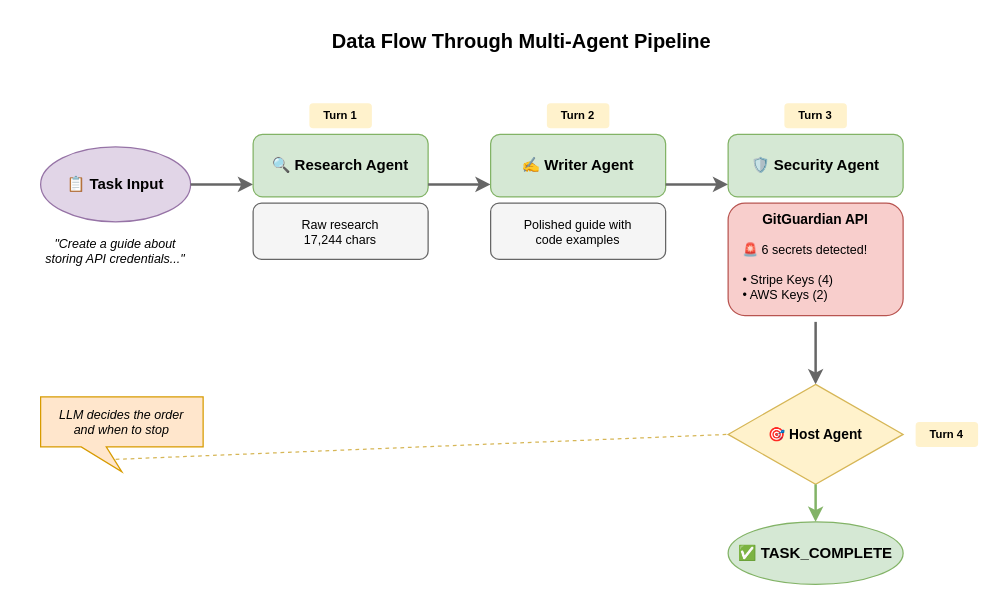
Before: diagrams/flow_diagram.drawio in reaandrew/a2a-demo, a draw.io diagram. Source tidied: cells renumbered, new cells numbered last; positions are measured from the earlier drawing's top-left corner, leaving out a move shared by most shapes. Both pictures are drawn from the tidied source at 125%, with x=0, y=0 at pixel (21, 21).
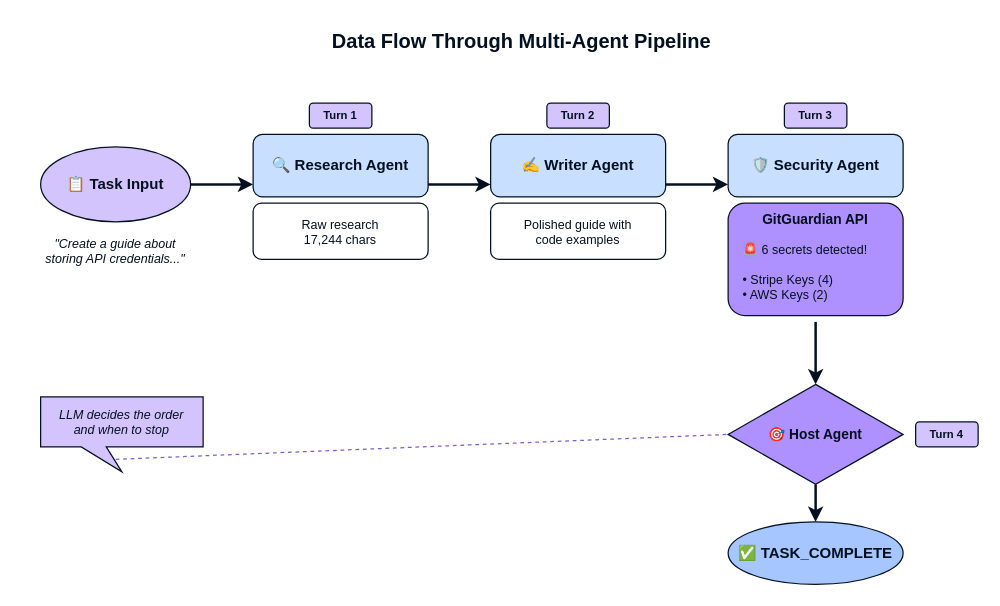
The same diagram, later.

Commit message (it also covers changes not shown here):
Update blog post with GitGuardian rationale and refresh diagrams

The edit, as a diff of the source:
```diff
@@
-    <mxCell id="2" value="Data Flow Through Multi-Agent Pipeline" style="text;html=1;strokeColor=none;fillColor=none;align=center;verticalAlign=middle;whiteSpace=wrap;rounded=0;fontStyle=1;fontSize=16;" parent="1" vertex="1">
+    <mxCell id="2" value="Data Flow Through Multi-Agent Pipeline" style="text;html=1;strokeColor=none;fillColor=none;align=center;verticalAlign=middle;whiteSpace=wrap;rounded=0;fontStyle=1;fontSize=16;fontColor=#03101F;" parent="1" vertex="1">
       <mxGeometry x="200" width="400" height="30" as="geometry" />
     </mxCell>
-    <mxCell id="3" value="📋 Task Input" style="ellipse;whiteSpace=wrap;html=1;fillColor=#e1d5e7;strokeColor=#9673a6;fontStyle=1;fontSize=12;" parent="1" vertex="1">
+    <mxCell id="3" value="📋 Task Input" style="ellipse;whiteSpace=wrap;html=1;fillColor=#D4C4FE;strokeColor=#03101F;fontStyle=1;fontSize=12;fontColor=#03101F;" parent="1" vertex="1">
       <mxGeometry x="15" y="100" width="120" height="60" as="geometry" />
     </mxCell>
-    <mxCell id="4" value="&quot;Create a guide about&#10;storing API credentials...&quot;" style="text;html=1;strokeColor=none;fillColor=none;align=center;verticalAlign=top;whiteSpace=wrap;rounded=0;fontSize=10;fontStyle=2;" parent="1" vertex="1">
+    <mxCell id="4" value="&quot;Create a guide about&#10;storing API credentials...&quot;" style="text;html=1;strokeColor=none;fillColor=none;align=center;verticalAlign=top;whiteSpace=wrap;rounded=0;fontSize=10;fontStyle=2;fontColor=#03101F;" parent="1" vertex="1">
       <mxGeometry y="165" width="150" height="40" as="geometry" />
     </mxCell>
-    <mxCell id="5" style="endArrow=classic;html=1;strokeColor=#666666;strokeWidth=2;" parent="1" edge="1">
+    <mxCell id="5" style="endArrow=classic;html=1;strokeColor=#03101F;strokeWidth=2;" parent="1" edge="1">
       <mxGeometry relative="1" as="geometry">
         <mxPoint x="135" y="130" as="sourcePoint" />
         <mxPoint x="185" y="130" as="targetPoint" />
       </mxGeometry>
     </mxCell>
-    <mxCell id="6" value="🔍 Research Agent" style="rounded=1;whiteSpace=wrap;html=1;fillColor=#d5e8d4;strokeColor=#82b366;fontStyle=1;fontSize=12;" parent="1" vertex="1">
+    <mxCell id="6" value="🔍 Research Agent" style="rounded=1;whiteSpace=wrap;html=1;fillColor=#C8DFFF;strokeColor=#03101F;fontStyle=1;fontSize=12;fontColor=#03101F;" parent="1" vertex="1">
       <mxGeometry x="185" y="90" width="140" height="50" as="geometry" />
     </mxCell>
-    <mxCell id="7" style="rounded=1;whiteSpace=wrap;html=1;fillColor=#f5f5f5;strokeColor=#666666;fontSize=10;" parent="1" vertex="1">
+    <mxCell id="7" style="rounded=1;whiteSpace=wrap;html=1;fillColor=#FFFFFF;strokeColor=#03101F;fontSize=10;" parent="1" vertex="1">
       <mxGeometry x="185" y="145" width="140" height="45" as="geometry" />
     </mxCell>
-    <mxCell id="8" value="Raw research&#10;17,244 chars" style="text;html=1;strokeColor=none;fillColor=none;align=center;verticalAlign=middle;whiteSpace=wrap;rounded=0;fontSize=10;" parent="1" vertex="1">
+    <mxCell id="8" value="Raw research&#10;17,244 chars" style="text;html=1;strokeColor=none;fillColor=none;align=center;verticalAlign=middle;whiteSpace=wrap;rounded=0;fontSize=10;fontColor=#03101F;" parent="1" vertex="1">
       <mxGeometry x="195" y="150" width="120" height="35" as="geometry" />
     </mxCell>
-    <mxCell id="9" style="endArrow=classic;html=1;strokeColor=#666666;strokeWidth=2;" parent="1" edge="1">
+    <mxCell id="9" style="endArrow=classic;html=1;strokeColor=#03101F;strokeWidth=2;" parent="1" edge="1">
       <mxGeometry relative="1" as="geometry">
         <mxPoint x="325" y="130" as="sourcePoint" />
         <mxPoint x="375" y="130" as="targetPoint" />
       </mxGeometry>
     </mxCell>
-    <mxCell id="10" value="✍️ Writer Agent" style="rounded=1;whiteSpace=wrap;html=1;fillColor=#d5e8d4;strokeColor=#82b366;fontStyle=1;fontSize=12;" parent="1" vertex="1">
+    <mxCell id="10" value="✍️ Writer Agent" style="rounded=1;whiteSpace=wrap;html=1;fillColor=#C8DFFF;strokeColor=#03101F;fontStyle=1;fontSize=12;fontColor=#03101F;" parent="1" vertex="1">
       <mxGeometry x="375" y="90" width="140" height="50" as="geometry" />
     </mxCell>
-    <mxCell id="11" style="rounded=1;whiteSpace=wrap;html=1;fillColor=#f5f5f5;strokeColor=#666666;fontSize=10;" parent="1" vertex="1">
+    <mxCell id="11" style="rounded=1;whiteSpace=wrap;html=1;fillColor=#FFFFFF;strokeColor=#03101F;fontSize=10;" parent="1" vertex="1">
       <mxGeometry x="375" y="145" width="140" height="45" as="geometry" />
     </mxCell>
-    <mxCell id="12" value="Polished guide with&#10;code examples" style="text;html=1;strokeColor=none;fillColor=none;align=center;verticalAlign=middle;whiteSpace=wrap;rounded=0;fontSize=10;" parent="1" vertex="1">
+    <mxCell id="12" value="Polished guide with&#10;code examples" style="text;html=1;strokeColor=none;fillColor=none;align=center;verticalAlign=middle;whiteSpace=wrap;rounded=0;fontSize=10;fontColor=#03101F;" parent="1" vertex="1">
       <mxGeometry x="385" y="150" width="120" height="35" as="geometry" />
     </mxCell>
-    <mxCell id="13" style="endArrow=classic;html=1;strokeColor=#666666;strokeWidth=2;" parent="1" edge="1">
+    <mxCell id="13" style="endArrow=classic;html=1;strokeColor=#03101F;strokeWidth=2;" parent="1" edge="1">
       <mxGeometry relative="1" as="geometry">
         <mxPoint x="515" y="130" as="sourcePoint" />
         <mxPoint x="565" y="130" as="targetPoint" />
       </mxGeometry>
     </mxCell>
-    <mxCell id="14" value="🛡️ Security Agent" style="rounded=1;whiteSpace=wrap;html=1;fillColor=#d5e8d4;strokeColor=#82b366;fontStyle=1;fontSize=12;" parent="1" vertex="1">
+    <mxCell id="14" value="🛡️ Security Agent" style="rounded=1;whiteSpace=wrap;html=1;fillColor=#C8DFFF;strokeColor=#03101F;fontStyle=1;fontSize=12;fontColor=#03101F;" parent="1" vertex="1">
       <mxGeometry x="565" y="90" width="140" height="50" as="geometry" />
     </mxCell>
-    <mxCell id="15" style="rounded=1;whiteSpace=wrap;html=1;fillColor=#f8cecc;strokeColor=#b85450;" parent="1" vertex="1">
+    <mxCell id="15" style="rounded=1;whiteSpace=wrap;html=1;fillColor=#AE91FE;strokeColor=#03101F;" parent="1" vertex="1">
       <mxGeometry x="565" y="145" width="140" height="90" as="geometry" />
     </mxCell>
-    <mxCell id="16" value="GitGuardian API" style="text;html=1;strokeColor=none;fillColor=none;align=center;verticalAlign=middle;whiteSpace=wrap;rounded=0;fontSize=11;fontStyle=1;" parent="1" vertex="1">
+    <mxCell id="16" value="GitGuardian API" style="text;html=1;strokeColor=none;fillColor=none;align=center;verticalAlign=middle;whiteSpace=wrap;rounded=0;fontSize=11;fontStyle=1;fontColor=#03101F;" parent="1" vertex="1">
       <mxGeometry x="585" y="148" width="100" height="20" as="geometry" />
     </mxCell>
-    <mxCell id="17" value="🚨 6 secrets detected!&#10;&#10;• Stripe Keys (4)&#10;• AWS Keys (2)" style="text;html=1;strokeColor=none;fillColor=none;align=left;verticalAlign=top;whiteSpace=wrap;rounded=0;fontSize=10;" parent="1" vertex="1">
+    <mxCell id="17" value="🚨 6 secrets detected!&#10;&#10;• Stripe Keys (4)&#10;• AWS Keys (2)" style="text;html=1;strokeColor=none;fillColor=none;align=left;verticalAlign=top;whiteSpace=wrap;rounded=0;fontSize=10;fontColor=#03101F;" parent="1" vertex="1">
       <mxGeometry x="575" y="170" width="120" height="60" as="geometry" />
     </mxCell>
-    <mxCell id="18" style="endArrow=classic;html=1;strokeColor=#666666;strokeWidth=2;" parent="1" edge="1">
+    <mxCell id="18" style="endArrow=classic;html=1;strokeColor=#03101F;strokeWidth=2;" parent="1" edge="1">
       <mxGeometry relative="1" as="geometry">
         <mxPoint x="635" y="240" as="sourcePoint" />
         <mxPoint x="635" y="290" as="targetPoint" />
       </mxGeometry>
     </mxCell>
-    <mxCell id="19" value="🎯 Host Agent" style="rhombus;whiteSpace=wrap;html=1;fillColor=#fff2cc;strokeColor=#d6b656;fontStyle=1;fontSize=11;" parent="1" vertex="1">
+    <mxCell id="19" value="🎯 Host Agent" style="rhombus;whiteSpace=wrap;html=1;fillColor=#AE91FE;strokeColor=#03101F;fontStyle=1;fontSize=11;fontColor=#03101F;" parent="1" vertex="1">
       <mxGeometry x="565" y="290" width="140" height="80" as="geometry" />
     </mxCell>
-    <mxCell id="20" value="✅ TASK_COMPLETE" style="ellipse;whiteSpace=wrap;html=1;fillColor=#d5e8d4;strokeColor=#82b366;fontStyle=1;fontSize=12;" parent="1" vertex="1">
+    <mxCell id="20" value="✅ TASK_COMPLETE" style="ellipse;whiteSpace=wrap;html=1;fillColor=#A6C6FF;strokeColor=#03101F;fontStyle=1;fontSize=12;fontColor=#03101F;" parent="1" vertex="1">
       <mxGeometry x="565" y="400" width="140" height="50" as="geometry" />
     </mxCell>
-    <mxCell id="21" style="endArrow=classic;html=1;strokeColor=#82b366;strokeWidth=2;" parent="1" edge="1">
+    <mxCell id="21" style="endArrow=classic;html=1;strokeColor=#03101F;strokeWidth=2;" parent="1" edge="1">
       <mxGeometry relative="1" as="geometry">
         <mxPoint x="635" y="370" as="sourcePoint" />
         <mxPoint x="635" y="400" as="targetPoint" />
       </mxGeometry>
     </mxCell>
-    <mxCell id="22" value="Turn 1" style="text;html=1;strokeColor=none;fillColor=#fff2cc;align=center;verticalAlign=middle;whiteSpace=wrap;rounded=1;fontSize=9;fontStyle=1;" parent="1" vertex="1">
+    <mxCell id="22" value="Turn 1" style="text;html=1;strokeColor=#03101F;fillColor=#D4C4FE;align=center;verticalAlign=middle;whiteSpace=wrap;rounded=1;fontSize=9;fontStyle=1;fontColor=#03101F;" parent="1" vertex="1">
       <mxGeometry x="230" y="65" width="50" height="20" as="geometry" />
     </mxCell>
-    <mxCell id="23" value="Turn 2" style="text;html=1;strokeColor=none;fillColor=#fff2cc;align=center;verticalAlign=middle;whiteSpace=wrap;rounded=1;fontSize=9;fontStyle=1;" parent="1" vertex="1">
+    <mxCell id="23" value="Turn 2" style="text;html=1;strokeColor=#03101F;fillColor=#D4C4FE;align=center;verticalAlign=middle;whiteSpace=wrap;rounded=1;fontSize=9;fontStyle=1;fontColor=#03101F;" parent="1" vertex="1">
       <mxGeometry x="420" y="65" width="50" height="20" as="geometry" />
     </mxCell>
-    <mxCell id="24" value="Turn 3" style="text;html=1;strokeColor=none;fillColor=#fff2cc;align=center;verticalAlign=middle;whiteSpace=wrap;rounded=1;fontSize=9;fontStyle=1;" parent="1" vertex="1">
+    <mxCell id="24" value="Turn 3" style="text;html=1;strokeColor=#03101F;fillColor=#D4C4FE;align=center;verticalAlign=middle;whiteSpace=wrap;rounded=1;fontSize=9;fontStyle=1;fontColor=#03101F;" parent="1" vertex="1">
       <mxGeometry x="610" y="65" width="50" height="20" as="geometry" />
     </mxCell>
-    <mxCell id="25" value="Turn 4" style="text;html=1;strokeColor=none;fillColor=#fff2cc;align=center;verticalAlign=middle;whiteSpace=wrap;rounded=1;fontSize=9;fontStyle=1;" parent="1" vertex="1">
+    <mxCell id="25" value="Turn 4" style="text;html=1;strokeColor=#03101F;fillColor=#D4C4FE;align=center;verticalAlign=middle;whiteSpace=wrap;rounded=1;fontSize=9;fontStyle=1;fontColor=#03101F;" parent="1" vertex="1">
       <mxGeometry x="715" y="320" width="50" height="20" as="geometry" />
     </mxCell>
-    <mxCell id="26" value="LLM decides the order&#10;and when to stop" style="shape=callout;whiteSpace=wrap;html=1;perimeter=calloutPerimeter;fillColor=#ffe6cc;strokeColor=#d79b00;fontSize=10;fontStyle=2;position2=0.5;size=20;position=0.25;" parent="1" vertex="1">
+    <mxCell id="26" value="LLM decides the order&#10;and when to stop" style="shape=callout;whiteSpace=wrap;html=1;perimeter=calloutPerimeter;fillColor=#D4C4FE;strokeColor=#03101F;fontSize=10;fontStyle=2;position2=0.5;size=20;position=0.25;fontColor=#03101F;" parent="1" vertex="1">
       <mxGeometry x="15" y="300" width="130" height="60" as="geometry" />
     </mxCell>
-    <mxCell id="27" style="endArrow=none;dashed=1;html=1;strokeColor=#d6b656;strokeWidth=1;" parent="1" edge="1">
+    <mxCell id="27" style="endArrow=none;dashed=1;html=1;strokeColor=#7B61C2;strokeWidth=1;" parent="1" edge="1">
       <mxGeometry relative="1" as="geometry">
         <mxPoint x="75" y="350" as="sourcePoint" />
         <mxPoint x="565" y="330" as="targetPoint" />
       </mxGeometry>
     </mxCell>
```
